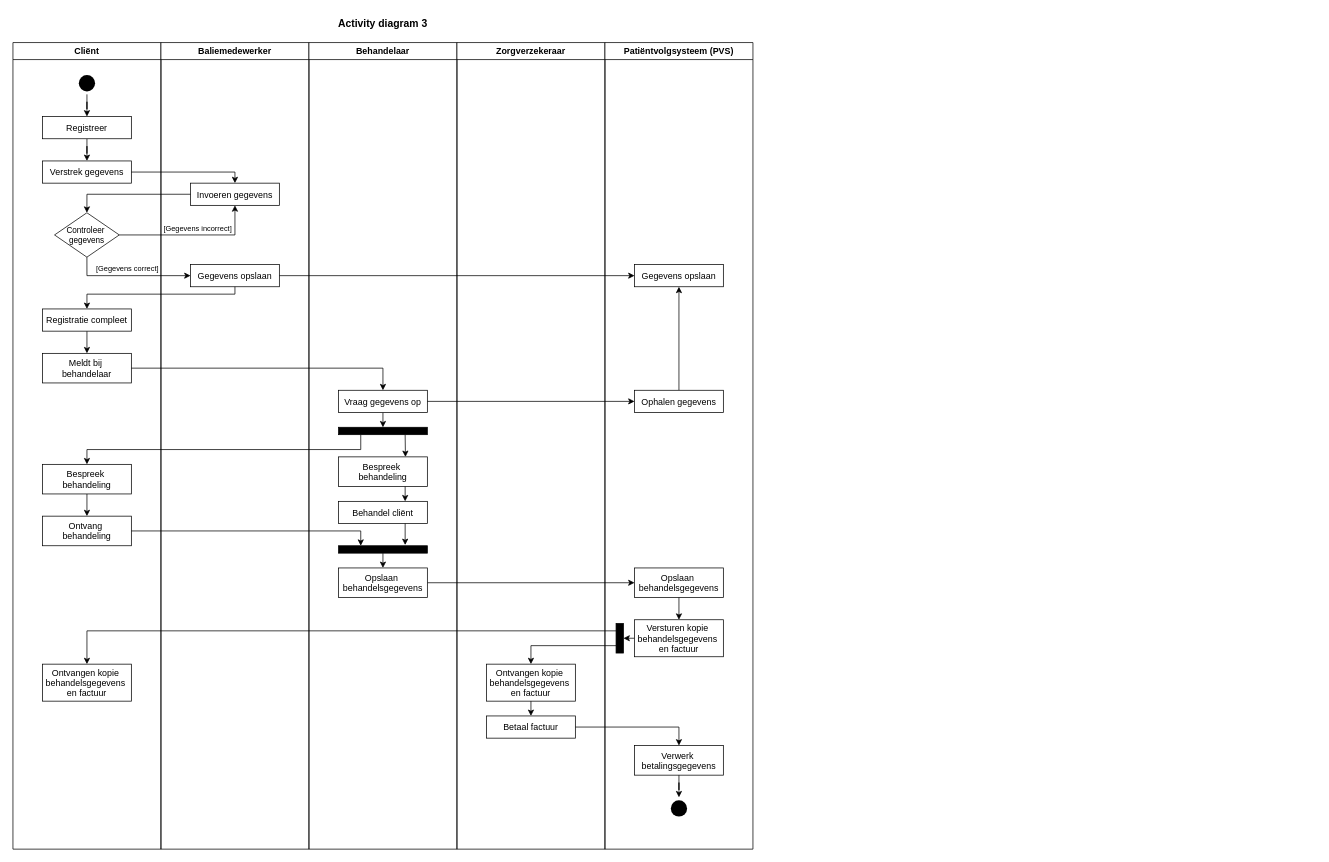
This is page "Test" (1 of 4) of ActivityDiagramHealthclinic.drawio from EMB20/Procesanalyse, a draw.io file, before an edit. Source tidied: cells renumbered, new cells numbered last; positions are measured from the earlier drawing's top-left corner, leaving out a move shared by most shapes. Both pictures are drawn from the tidied source at 74%, with x=0, y=0 at pixel (13, 13).
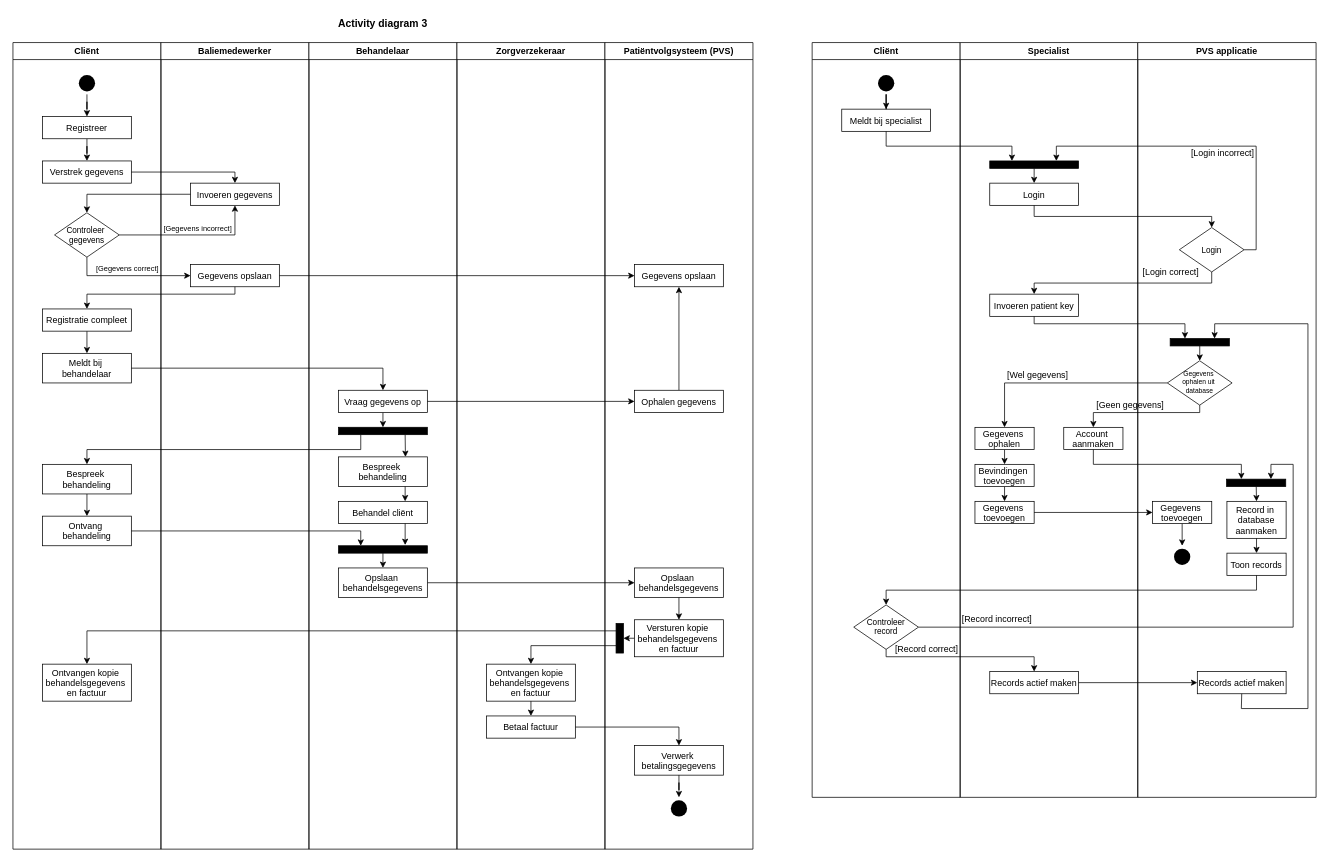
The same page after the edit.

Change to the diagram source:
```diff
@@
+    <mxCell id="64" value="Cliënt" style="swimlane;whiteSpace=wrap;html=1;" parent="1" vertex="1">
+      <mxGeometry x="1080" y="40" width="200" height="1020" as="geometry" />
+    </mxCell>
+    <mxCell id="65" value="Meldt bij specialist" parent="64" vertex="1">
+      <mxGeometry x="40" y="90" width="120" height="30" as="geometry" />
+    </mxCell>
+    <mxCell id="66" style="edgeStyle=orthogonalEdgeStyle;rounded=0;jettySize=auto;html=1;exitX=0.5;exitY=1;exitDx=0;exitDy=0;" parent="64" edge="1" source="67" target="65">
+      <mxGeometry relative="1" as="geometry" />
+    </mxCell>
+    <mxCell id="67" style="ellipse;shape=startState;fillColor=#000000;strokeColor=none;" parent="64" vertex="1">
+      <mxGeometry x="85" y="40" width="30" height="30" as="geometry" />
+    </mxCell>
+    <mxCell id="68" value="Controleer&#10;record" style="rhombus;fillColor=default;strokeColor=default;shadow=0;fontSize=11;spacingBottom=2;" parent="64" vertex="1">
+      <mxGeometry x="56.2" y="760" width="87.5" height="60" as="geometry" />
+    </mxCell>
+    <mxCell id="69" value="[Record correct]" style="text;html=1;align=center;verticalAlign=middle;whiteSpace=wrap;rounded=0;" parent="64" vertex="1">
+      <mxGeometry x="110" y="810" width="90" height="20" as="geometry" />
+    </mxCell>
+    <mxCell id="70" value="Specialist" style="swimlane;whiteSpace=wrap;html=1;" parent="1" vertex="1">
+      <mxGeometry x="1280" y="40" width="240" height="1020" as="geometry" />
+    </mxCell>
+    <mxCell id="71" value="Login" parent="70" vertex="1">
+      <mxGeometry x="40" y="190" width="120" height="30" as="geometry" />
+    </mxCell>
+    <mxCell id="72" value="Invoeren patient key" parent="70" vertex="1">
+      <mxGeometry x="40" y="340" width="120" height="30" as="geometry" />
+    </mxCell>
+    <mxCell id="73" style="edgeStyle=elbowEdgeStyle;rounded=0;jettySize=auto;elbow=vertical;html=1;entryX=0.5;entryY=0;entryDx=0;entryDy=0;" parent="70" edge="1" source="74" target="71">
+      <mxGeometry relative="1" as="geometry" />
+    </mxCell>
+    <mxCell id="74" style="rounded=0;whiteSpace=wrap;html=1;fillColor=#000000;" parent="70" vertex="1">
+      <mxGeometry x="40" y="160" width="120" height="10" as="geometry" />
+    </mxCell>
+    <mxCell id="75" value="Records actief maken" parent="70" vertex="1">
+      <mxGeometry x="40" y="850" width="120" height="30" as="geometry" />
+    </mxCell>
+    <mxCell id="76" style="endArrow=classic;html=1;rounded=0;elbow=vertical;exitX=1;exitY=0.5;exitDx=0;exitDy=0;entryX=0.75;entryY=0;entryDx=0;entryDy=0;" parent="70" edge="1" target="94">
+      <mxGeometry relative="1" as="geometry">
+        <mxPoint x="-56.2" y="790" as="sourcePoint" />
+        <Array as="points">
+          <mxPoint x="450" y="790" />
+          <mxPoint x="450" y="570" />
+          <mxPoint x="420" y="570" />
+        </Array>
+      </mxGeometry>
+    </mxCell>
+    <mxCell id="77" value="[Record incorrect]" style="text;html=1;align=center;verticalAlign=middle;whiteSpace=wrap;rounded=0;" parent="70" vertex="1">
+      <mxGeometry y="770" width="100" height="20" as="geometry" />
+    </mxCell>
+    <mxCell id="78" value="[Wel gegevens]" style="text;html=1;align=center;verticalAlign=middle;whiteSpace=wrap;rounded=0;" parent="70" vertex="1">
+      <mxGeometry x="60" y="440" width="90" height="20" as="geometry" />
+    </mxCell>
+    <mxCell id="79" style="edgeStyle=none;rounded=0;jettySize=auto;html=1;elbow=vertical;" parent="70" edge="1" source="80" target="82">
+      <mxGeometry relative="1" as="geometry" />
+    </mxCell>
+    <mxCell id="80" value="Gegevens &#10;ophalen" parent="70" vertex="1">
+      <mxGeometry x="20" y="520" width="80" height="30" as="geometry" />
+    </mxCell>
+    <mxCell id="81" style="edgeStyle=none;rounded=0;jettySize=auto;html=1;elbow=vertical;" parent="70" edge="1" source="82" target="83">
+      <mxGeometry relative="1" as="geometry" />
+    </mxCell>
+    <mxCell id="82" value="Bevindingen &#10;toevoegen" parent="70" vertex="1">
+      <mxGeometry x="20" y="570" width="80" height="30" as="geometry" />
+    </mxCell>
+    <mxCell id="83" value="Gegevens &#10;toevoegen" parent="70" vertex="1">
+      <mxGeometry x="20" y="620" width="80" height="30" as="geometry" />
+    </mxCell>
+    <mxCell id="84" style="edgeStyle=elbowEdgeStyle;rounded=0;jettySize=auto;elbow=vertical;html=1;entryX=0.5;entryY=0;entryDx=0;entryDy=0;" parent="1" edge="1" source="68" target="75">
+      <mxGeometry relative="1" as="geometry">
+        <Array as="points">
+          <mxPoint x="1280" y="870" />
+        </Array>
+      </mxGeometry>
+    </mxCell>
+    <mxCell id="85" value="PVS applicatie" style="swimlane;whiteSpace=wrap;html=1;" parent="1" vertex="1">
+      <mxGeometry x="1520" y="40" width="241" height="1020" as="geometry" />
+    </mxCell>
+    <mxCell id="86" value="Login" style="rhombus;fillColor=default;strokeColor=default;shadow=0;fontSize=11;" parent="85" vertex="1">
+      <mxGeometry x="56.2" y="250" width="87.5" height="60" as="geometry" />
+    </mxCell>
+    <mxCell id="87" value="[Login incorrect]" style="text;html=1;align=center;verticalAlign=middle;whiteSpace=wrap;rounded=0;rotation=0;" parent="85" vertex="1">
+      <mxGeometry x="70" y="140" width="90" height="20" as="geometry" />
+    </mxCell>
+    <mxCell id="88" value="[Login correct]" style="text;html=1;align=center;verticalAlign=middle;whiteSpace=wrap;rounded=0;" parent="85" vertex="1">
+      <mxGeometry y="300" width="90" height="20" as="geometry" />
+    </mxCell>
+    <mxCell id="89" style="edgeStyle=none;rounded=0;jettySize=auto;html=1;elbow=vertical;" parent="85" edge="1" source="90" target="92">
+      <mxGeometry relative="1" as="geometry" />
+    </mxCell>
+    <mxCell id="90" style="rounded=0;whiteSpace=wrap;html=1;fillColor=#000000;" parent="85" vertex="1">
+      <mxGeometry x="43.8" y="400" width="80" height="10" as="geometry" />
+    </mxCell>
+    <mxCell id="91" value="Account &#10;aanmaken" parent="85" vertex="1">
+      <mxGeometry x="-100" y="520" width="80" height="30" as="geometry" />
+    </mxCell>
+    <mxCell id="92" value="Gegevens &#10;ophalen uit &#10;database" style="rhombus;fillColor=default;strokeColor=default;shadow=0;fontSize=9;spacingBottom=2;" parent="85" vertex="1">
+      <mxGeometry x="40" y="430" width="87.5" height="60" as="geometry" />
+    </mxCell>
+    <mxCell id="93" value="[Geen gegevens]" style="text;html=1;align=center;verticalAlign=middle;whiteSpace=wrap;rounded=0;" parent="85" vertex="1">
+      <mxGeometry x="-60" y="480" width="100" height="20" as="geometry" />
+    </mxCell>
+    <mxCell id="94" style="rounded=0;whiteSpace=wrap;html=1;fillColor=#000000;" parent="85" vertex="1">
+      <mxGeometry x="120" y="590" width="80" height="10" as="geometry" />
+    </mxCell>
+    <mxCell id="95" value="Toon records" parent="85" vertex="1">
+      <mxGeometry x="120.5" y="690" width="80" height="30" as="geometry" />
+    </mxCell>
+    <mxCell id="96" value="Record in &#10;database&#10;aanmaken" parent="85" vertex="1">
+      <mxGeometry x="120.5" y="620" width="80" height="50" as="geometry" />
+    </mxCell>
+    <mxCell id="97" style="edgeStyle=none;rounded=0;jettySize=auto;html=1;entryX=0.5;entryY=0;entryDx=0;entryDy=0;elbow=vertical;" parent="85" edge="1" source="96" target="95">
+      <mxGeometry relative="1" as="geometry" />
+    </mxCell>
+    <mxCell id="98" style="edgeStyle=none;rounded=0;jettySize=auto;html=1;entryX=0.5;entryY=0;entryDx=0;entryDy=0;elbow=vertical;" parent="85" edge="1" source="94" target="96">
+      <mxGeometry relative="1" as="geometry" />
+    </mxCell>
+    <mxCell id="99" style="edgeStyle=none;rounded=0;jettySize=auto;html=1;elbow=vertical;" parent="85" edge="1" source="100" target="105">
+      <mxGeometry relative="1" as="geometry" />
+    </mxCell>
+    <mxCell id="100" value="Gegevens &#10;toevoegen" parent="85" vertex="1">
+      <mxGeometry x="20" y="620" width="80" height="30" as="geometry" />
+    </mxCell>
+    <mxCell id="101" style="edgeStyle=elbowEdgeStyle;rounded=0;jettySize=auto;html=1;entryX=0.5;entryY=0;entryDx=0;entryDy=0;elbow=vertical;" parent="85" edge="1" source="92" target="91">
+      <mxGeometry relative="1" as="geometry">
+        <Array as="points">
+          <mxPoint x="10" y="500" />
+        </Array>
+      </mxGeometry>
+    </mxCell>
+    <mxCell id="102" style="edgeStyle=elbowEdgeStyle;rounded=0;jettySize=auto;html=1;entryX=0.25;entryY=0;entryDx=0;entryDy=0;elbow=vertical;" parent="85" edge="1" source="91" target="94">
+      <mxGeometry relative="1" as="geometry">
+        <Array as="points">
+          <mxPoint x="50" y="570" />
+        </Array>
+      </mxGeometry>
+    </mxCell>
+    <mxCell id="103" value="Records actief maken" parent="85" vertex="1">
+      <mxGeometry x="80.5" y="850" width="120" height="30" as="geometry" />
+    </mxCell>
+    <mxCell id="104" style="edgeStyle=none;rounded=0;jettySize=auto;html=1;elbow=vertical;exitX=0.5;exitY=1;exitDx=0;exitDy=0;entryX=0.75;entryY=0;entryDx=0;entryDy=0;" parent="85" edge="1" source="103" target="90">
+      <mxGeometry relative="1" as="geometry">
+        <Array as="points">
+          <mxPoint x="140" y="900" />
+          <mxPoint x="230" y="900" />
+          <mxPoint x="230" y="380" />
+          <mxPoint x="104" y="380" />
+        </Array>
+      </mxGeometry>
+    </mxCell>
+    <mxCell id="105" style="ellipse;shape=startState;fillColor=#000000;strokeColor=none;" parent="85" vertex="1">
+      <mxGeometry x="45" y="680" width="30" height="30" as="geometry" />
+    </mxCell>
+    <mxCell id="106" style="edgeStyle=elbowEdgeStyle;rounded=0;jettySize=auto;elbow=vertical;html=1;entryX=0.5;entryY=0;entryDx=0;entryDy=0;" parent="1" edge="1" source="86" target="72">
+      <mxGeometry relative="1" as="geometry" />
+    </mxCell>
+    <mxCell id="107" style="edgeStyle=elbowEdgeStyle;rounded=0;jettySize=auto;elbow=vertical;html=1;entryX=0.25;entryY=0;entryDx=0;entryDy=0;" parent="1" edge="1" source="65" target="74">
+      <mxGeometry relative="1" as="geometry" />
+    </mxCell>
+    <mxCell id="108" style="edgeStyle=elbowEdgeStyle;rounded=0;jettySize=auto;elbow=vertical;html=1;entryX=0.5;entryY=0;entryDx=0;entryDy=0;" parent="1" edge="1" source="71" target="86">
+      <mxGeometry relative="1" as="geometry" />
+    </mxCell>
+    <mxCell id="109" style="edgeStyle=elbowEdgeStyle;rounded=0;jettySize=auto;elbow=vertical;html=1;entryX=0.5;entryY=0;entryDx=0;entryDy=0;" parent="1" edge="1" source="95" target="68">
+      <mxGeometry relative="1" as="geometry" />
+    </mxCell>
+    <mxCell id="110" style="edgeStyle=none;rounded=0;jettySize=auto;html=1;entryX=0;entryY=0.5;entryDx=0;entryDy=0;elbow=vertical;" parent="1" edge="1" source="75" target="103">
+      <mxGeometry relative="1" as="geometry" />
+    </mxCell>
+    <mxCell id="111" style="edgeStyle=elbowEdgeStyle;rounded=0;jettySize=auto;html=1;entryX=0.25;entryY=0;entryDx=0;entryDy=0;elbow=vertical;" parent="1" edge="1" source="72" target="90">
+      <mxGeometry relative="1" as="geometry">
+        <Array as="points">
+          <mxPoint x="1480" y="420" />
+        </Array>
+      </mxGeometry>
+    </mxCell>
+    <mxCell id="112" style="edgeStyle=none;rounded=0;jettySize=auto;html=1;elbow=vertical;entryX=0.75;entryY=0;entryDx=0;entryDy=0;" parent="1" edge="1" source="86" target="74">
+      <mxGeometry relative="1" as="geometry">
+        <Array as="points">
+          <mxPoint x="1680" y="320" />
+          <mxPoint x="1680" y="180" />
+          <mxPoint x="1410" y="180" />
+        </Array>
+      </mxGeometry>
+    </mxCell>
+    <mxCell id="113" style="edgeStyle=elbowEdgeStyle;rounded=0;jettySize=auto;html=1;entryX=0.5;entryY=0;entryDx=0;entryDy=0;elbow=vertical;" parent="1" edge="1" source="92" target="80">
+      <mxGeometry relative="1" as="geometry">
+        <Array as="points">
+          <mxPoint x="1350" y="500" />
+        </Array>
+      </mxGeometry>
+    </mxCell>
+    <mxCell id="114" style="edgeStyle=none;rounded=0;jettySize=auto;html=1;elbow=vertical;" parent="1" edge="1" source="83" target="100">
+      <mxGeometry relative="1" as="geometry" />
+    </mxCell>
```
